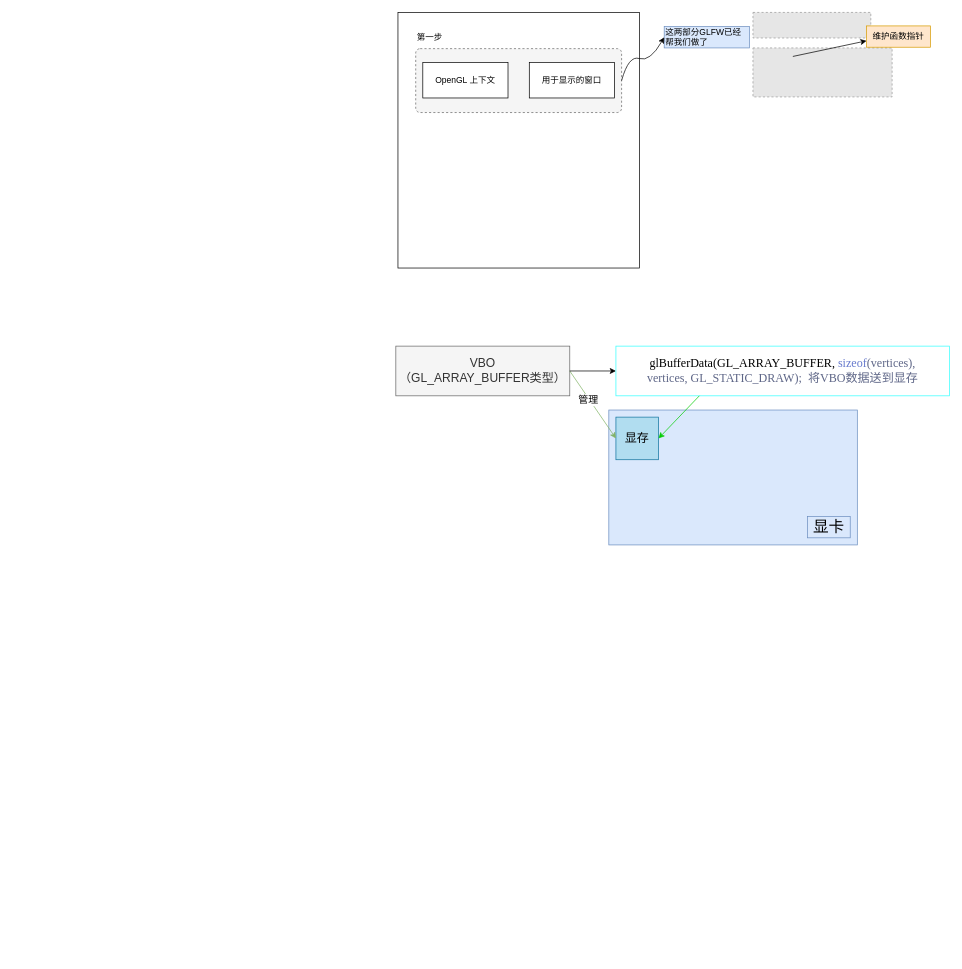
loflyer/learnopengl keeps this draw.io diagram as openGL.drawio. Above is the earlier version. Source tidied: cells renumbered, new cells numbered last; positions are measured from the earlier drawing's top-left corner, leaving out a move shared by most shapes. Both pictures are drawn from the tidied source at 71%, with x=0, y=0 at pixel (12, 12). Pictures stored in the file or linked from it are replaced by grey dashed boxes.
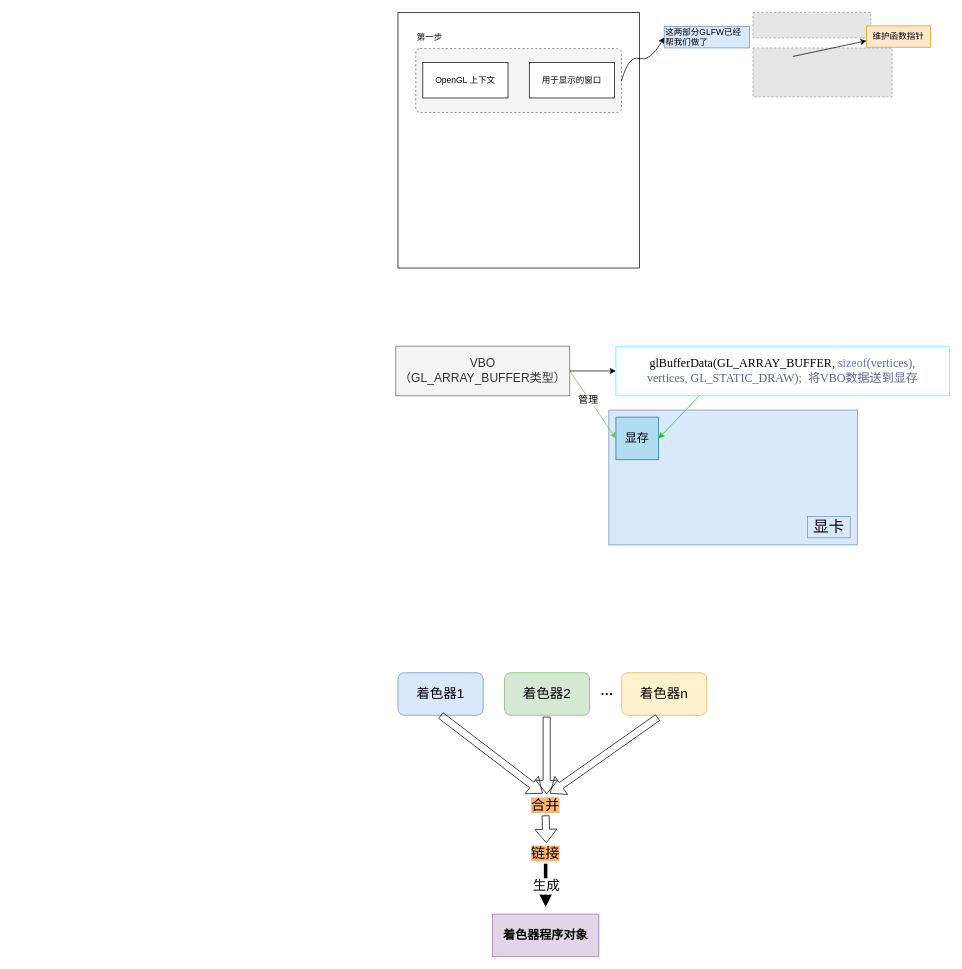
The same diagram, later.

The edit, as a diff of the source:
```diff
@@
+    <mxCell id="24" value="&lt;font style=&quot;font-size: 19px;&quot;&gt;着色器1&lt;/font&gt;" style="rounded=1;whiteSpace=wrap;html=1;fillColor=#dae8fc;strokeColor=#6c8ebf;" parent="1" vertex="1">
+      <mxGeometry x="543" y="930" width="120" height="60" as="geometry" />
+    </mxCell>
+    <mxCell id="25" value="&lt;font style=&quot;font-size: 19px;&quot;&gt;着色器2&lt;/font&gt;" style="rounded=1;whiteSpace=wrap;html=1;fillColor=#d5e8d4;strokeColor=#82b366;" parent="1" vertex="1">
+      <mxGeometry x="693" y="930" width="120" height="60" as="geometry" />
+    </mxCell>
+    <mxCell id="26" value="&lt;font style=&quot;font-size: 19px;&quot;&gt;着色器n&lt;/font&gt;" style="rounded=1;whiteSpace=wrap;html=1;fillColor=#fff2cc;strokeColor=#d6b656;" parent="1" vertex="1">
+      <mxGeometry x="858" y="930" width="120" height="60" as="geometry" />
+    </mxCell>
+    <mxCell id="27" value="&lt;b&gt;&lt;font style=&quot;font-size: 18px;&quot;&gt;···&lt;/font&gt;&lt;/b&gt;" style="text;html=1;strokeColor=none;fillColor=none;align=center;verticalAlign=middle;whiteSpace=wrap;rounded=0;" parent="1" vertex="1">
+      <mxGeometry x="808" y="945" width="60" height="30" as="geometry" />
+    </mxCell>
+    <mxCell id="28" style="shape=flexArrow;endArrow=classic;html=1;rounded=0;exitX=0.5;exitY=1;exitDx=0;exitDy=0;" parent="1" edge="1" source="24">
+      <mxGeometry relative="1" as="geometry">
+        <mxPoint x="747" y="1100" as="targetPoint" />
+      </mxGeometry>
+    </mxCell>
+    <mxCell id="29" style="shape=flexArrow;endArrow=classic;html=1;rounded=0;exitX=0.45;exitY=1.017;exitDx=0;exitDy=0;exitPerimeter=0;" parent="1" edge="1">
+      <mxGeometry relative="1" as="geometry">
+        <mxPoint x="752.5" y="992" as="sourcePoint" />
+        <mxPoint x="752.5" y="1101" as="targetPoint" />
+      </mxGeometry>
+    </mxCell>
+    <mxCell id="30" style="shape=flexArrow;endArrow=classic;html=1;rounded=0;exitX=0.425;exitY=1.05;exitDx=0;exitDy=0;exitPerimeter=0;" parent="1" edge="1" source="26">
+      <mxGeometry relative="1" as="geometry">
+        <mxPoint x="757" y="1100" as="targetPoint" />
+      </mxGeometry>
+    </mxCell>
+    <mxCell id="31" value="&lt;font style=&quot;background-color: rgb(255, 181, 112); font-size: 20px;&quot;&gt;合并&lt;/font&gt;" style="text;html=1;strokeColor=none;fillColor=none;align=center;verticalAlign=middle;whiteSpace=wrap;rounded=0;" parent="1" vertex="1">
+      <mxGeometry x="721" y="1101" width="60" height="30" as="geometry" />
+    </mxCell>
+    <mxCell id="32" style="shape=flexArrow;endArrow=classic;html=1;rounded=0;exitX=0.5;exitY=1;exitDx=0;exitDy=0;" parent="1" edge="1" source="31">
+      <mxGeometry relative="1" as="geometry">
+        <mxPoint x="752" y="1170" as="targetPoint" />
+      </mxGeometry>
+    </mxCell>
+    <mxCell id="33" value="&lt;span style=&quot;font-size: 20px; background-color: rgb(255, 181, 112);&quot;&gt;链接&lt;/span&gt;" style="text;html=1;strokeColor=none;fillColor=none;align=center;verticalAlign=middle;whiteSpace=wrap;rounded=0;" parent="1" vertex="1">
+      <mxGeometry x="721" y="1169" width="60" height="30" as="geometry" />
+    </mxCell>
+    <mxCell id="34" style="endArrow=classic;html=1;rounded=0;exitX=0.5;exitY=1;exitDx=0;exitDy=0;strokeWidth=5;endSize=5;" parent="1" edge="1" source="33">
+      <mxGeometry relative="1" as="geometry">
+        <mxPoint x="751" y="1260" as="targetPoint" />
+      </mxGeometry>
+    </mxCell>
+    <mxCell id="35" value="&lt;font style=&quot;font-size: 19px;&quot;&gt;生成&lt;/font&gt;" style="edgeLabel;html=1;align=center;verticalAlign=middle;" parent="34" vertex="1">
+      <mxGeometry relative="1" as="geometry" />
+    </mxCell>
+    <mxCell id="36" value="&lt;font style=&quot;font-size: 17px;&quot;&gt;&lt;b&gt;着色器程序对象&lt;/b&gt;&lt;/font&gt;" style="rounded=0;whiteSpace=wrap;html=1;fillColor=#e1d5e7;strokeColor=#9673a6;" parent="1" vertex="1">
+      <mxGeometry x="676" y="1270" width="150" height="60" as="geometry" />
+    </mxCell>
```
